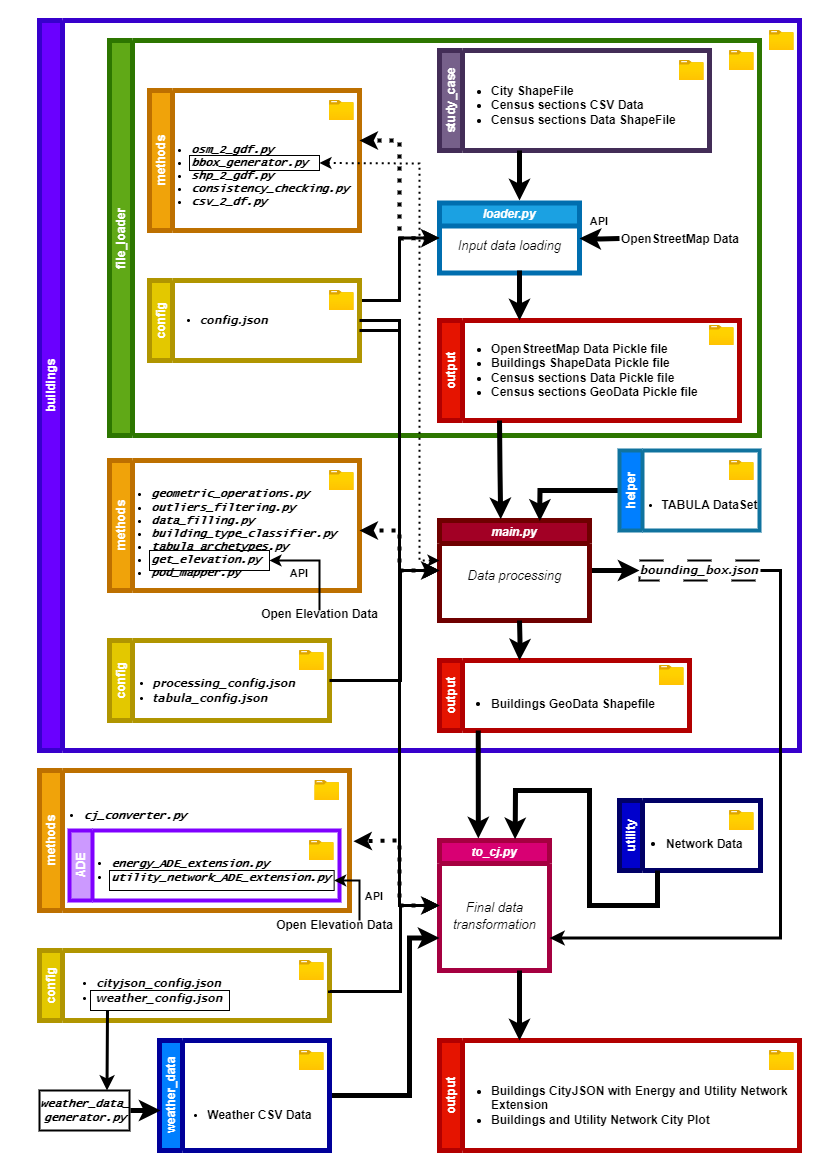
Above: pipeline_diagram.png in ElTure97/A-standardised-GIS-based-tool-to-automate-urban-scenario-making (draw.io), before the change. Source tidied: cells renumbered, new cells last; positions are measured from the earlier drawing's top-left corner, leaving out a move shared by most shapes.
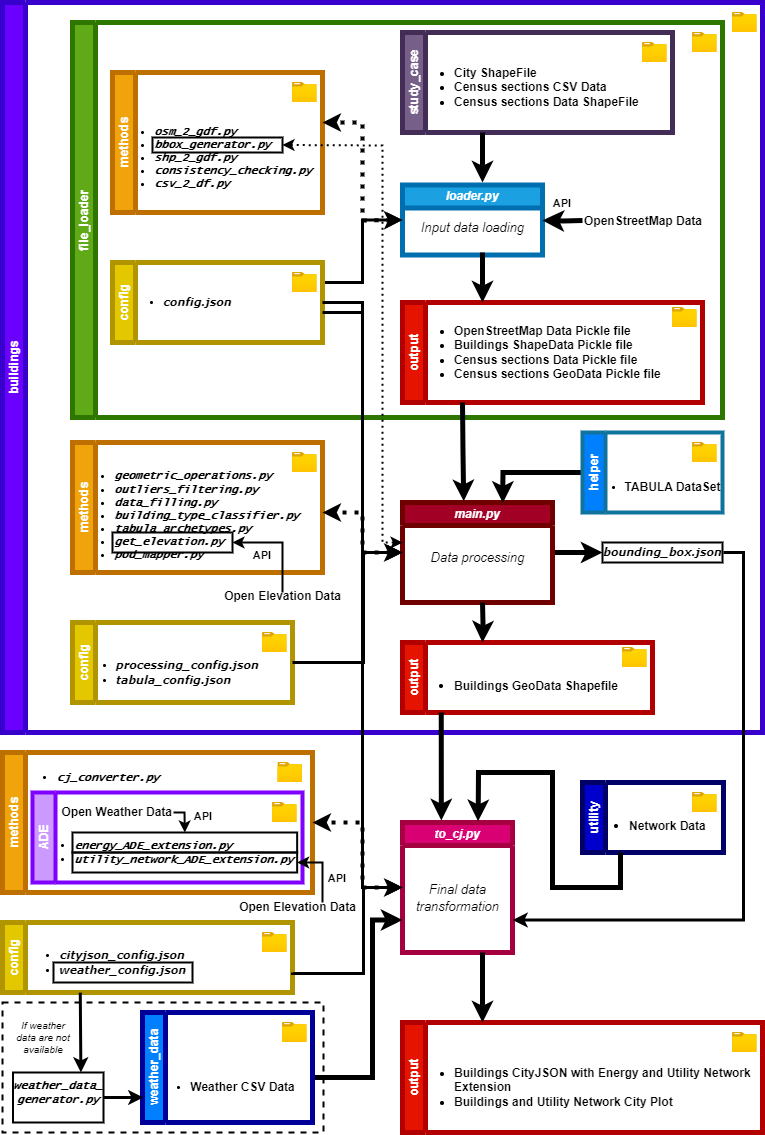
Above is the later version.

What changed in the source:
```diff
@@ -90,7 +90,7 @@
     <mxCell id="27" value="&lt;ul style=&quot;font-size: 11px;&quot;&gt;&lt;li style=&quot;&quot;&gt;&lt;span style=&quot;&quot;&gt;&lt;font style=&quot;font-size: 11px;&quot; face=&quot;Lucida Console&quot;&gt;osm_2_gdf.py&lt;/font&gt;&lt;/span&gt;&lt;/li&gt;&lt;li style=&quot;border-color: var(--border-color);&quot;&gt;&lt;font style=&quot;border-color: var(--border-color); font-size: 11px;&quot; face=&quot;Lucida Console&quot;&gt;bbox_generator.py&lt;/font&gt;&lt;/li&gt;&lt;li style=&quot;&quot;&gt;&lt;span style=&quot;&quot;&gt;&lt;font style=&quot;font-size: 11px;&quot; face=&quot;Lucida Console&quot;&gt;shp_2_gdf.py&lt;/font&gt;&lt;/span&gt;&lt;/li&gt;&lt;li style=&quot;&quot;&gt;&lt;span style=&quot;&quot;&gt;&lt;font style=&quot;font-size: 11px;&quot; face=&quot;Lucida Console&quot;&gt;consistency_checking.py&lt;/font&gt;&lt;/span&gt;&lt;/li&gt;&lt;li style=&quot;&quot;&gt;&lt;span style=&quot;&quot;&gt;&lt;font style=&quot;font-size: 11px;&quot; face=&quot;Lucida Console&quot;&gt;csv_2_df.py&lt;/font&gt;&lt;/span&gt;&lt;/li&gt;&lt;/ul&gt;" style="text;html=1;align=left;verticalAlign=middle;whiteSpace=wrap;rounded=0;fontStyle=3;fontSize=14;fontColor=#000000;" parent="25" vertex="1">
       <mxGeometry y="40" width="150" height="90" as="geometry" />
     </mxCell>
-    <mxCell id="28" style="rounded=0;whiteSpace=wrap;html=1;fillColor=none;" parent="25" vertex="1">
+    <mxCell id="28" style="rounded=0;whiteSpace=wrap;html=1;fillColor=none;strokeWidth=2;" parent="25" vertex="1">
       <mxGeometry x="40" y="65" width="130" height="15" as="geometry" />
     </mxCell>
     <mxCell id="29" value="methods" style="swimlane;horizontal=0;whiteSpace=wrap;html=1;fillColor=#f0a30a;fontColor=#FFFFFF;strokeColor=#BD7000;strokeWidth=5;" parent="4" vertex="1">
@@ -102,7 +102,7 @@
     <mxCell id="31" value="&lt;ul style=&quot;font-size: 11px;&quot;&gt;&lt;li style=&quot;&quot;&gt;&lt;font face=&quot;Lucida Console&quot;&gt;geometric_operations.py&lt;/font&gt;&lt;/li&gt;&lt;li style=&quot;&quot;&gt;&lt;font face=&quot;Lucida Console&quot;&gt;outliers_filtering.py&lt;/font&gt;&lt;/li&gt;&lt;li style=&quot;&quot;&gt;&lt;font face=&quot;Lucida Console&quot;&gt;data_filling.py&lt;/font&gt;&lt;/li&gt;&lt;li style=&quot;&quot;&gt;&lt;font face=&quot;Lucida Console&quot;&gt;building_type_classifier.py&lt;/font&gt;&lt;/li&gt;&lt;li style=&quot;&quot;&gt;&lt;font face=&quot;Lucida Console&quot;&gt;tabula_archetypes.py&lt;/font&gt;&lt;/li&gt;&lt;li style=&quot;&quot;&gt;&lt;font face=&quot;Lucida Console&quot;&gt;get_elevation.py&lt;/font&gt;&lt;/li&gt;&lt;li style=&quot;&quot;&gt;&lt;font face=&quot;Lucida Console&quot;&gt;pod_mapper.py&lt;/font&gt;&lt;/li&gt;&lt;/ul&gt;" style="text;html=1;align=left;verticalAlign=middle;whiteSpace=wrap;rounded=0;fontStyle=3;fontSize=14;fontColor=#000000;" parent="29" vertex="1">
       <mxGeometry y="30" width="150" height="85" as="geometry" />
     </mxCell>
-    <mxCell id="32" style="rounded=0;whiteSpace=wrap;html=1;fillColor=none;" parent="29" vertex="1">
+    <mxCell id="32" style="rounded=0;whiteSpace=wrap;html=1;fillColor=none;strokeWidth=2;" parent="29" vertex="1">
       <mxGeometry x="40" y="90" width="120" height="20" as="geometry" />
     </mxCell>
     <mxCell id="33" value="&lt;b&gt;&lt;font style=&quot;font-size: 11px;&quot;&gt;API&lt;/font&gt;&lt;/b&gt;" style="text;html=1;strokeColor=none;fillColor=none;align=center;verticalAlign=middle;whiteSpace=wrap;rounded=0;" parent="29" vertex="1">
@@ -186,7 +186,7 @@
     <mxCell id="50" value="&lt;ul&gt;&lt;li&gt;&lt;span style=&quot;font-style: normal;&quot;&gt;&lt;font face=&quot;Helvetica&quot; style=&quot;font-size: 12px;&quot;&gt;TABULA DataSet&lt;/font&gt;&lt;/span&gt;&lt;/li&gt;&lt;/ul&gt;" style="text;html=1;align=center;verticalAlign=middle;strokeColor=none;fillColor=none;fontStyle=3;fontFamily=Lucida Console;fontSize=11;" parent="48" vertex="1">
       <mxGeometry x="-10" y="30" width="160" height="50" as="geometry" />
     </mxCell>
-    <mxCell id="51" style="rounded=0;whiteSpace=wrap;html=1;fillColor=none;dashed=1;dashPattern=12 12;fontFamily=Verdana;strokeWidth=2;" parent="4" vertex="1">
+    <mxCell id="51" style="rounded=0;whiteSpace=wrap;html=1;fillColor=none;fontFamily=Verdana;strokeWidth=2;" parent="4" vertex="1">
       <mxGeometry x="600" y="540" width="120" height="20" as="geometry" />
     </mxCell>
     <mxCell id="52" value="methods" style="swimlane;horizontal=0;whiteSpace=wrap;html=1;fillColor=#f0a30a;fontColor=#FFFFFF;strokeColor=#BD7000;strokeWidth=5;" parent="1" vertex="1">
@@ -196,22 +196,38 @@
       <mxGeometry x="275.4" y="10" width="24.6" height="20" as="geometry" />
     </mxCell>
     <mxCell id="54" value="ADE" style="swimlane;horizontal=0;whiteSpace=wrap;html=1;fillColor=#CC99FF;fontColor=#ffffff;strokeColor=#7F00FF;strokeWidth=4;" parent="52" vertex="1">
-      <mxGeometry x="30" y="60" width="270" height="70" as="geometry" />
+      <mxGeometry x="30" y="40" width="270" height="90" as="geometry" />
     </mxCell>
     <mxCell id="55" style="image;html=1;align=center;fontSize=12;image=img/lib/azure2/general/Folder_Blank.svg;" parent="54" vertex="1">
       <mxGeometry x="240" y="10" width="24.6" height="20" as="geometry" />
     </mxCell>
     <mxCell id="56" value="&lt;ul&gt;&lt;li&gt;energy_ADE_extension.py&lt;/li&gt;&lt;li style=&quot;&quot;&gt;utility_network_ADE_extension.py&lt;/li&gt;&lt;/ul&gt;" style="text;html=1;align=left;verticalAlign=middle;points=[];strokeColor=none;fillColor=none;fontStyle=3;fontFamily=Lucida Console;fontSize=11;" parent="54" vertex="1">
-      <mxGeometry y="10" width="280" height="60" as="geometry" />
+      <mxGeometry y="30" width="280" height="60" as="geometry" />
     </mxCell>
+    <mxCell id="58" style="rounded=0;whiteSpace=wrap;html=1;fillColor=none;strokeWidth=2;" parent="54" vertex="1">
+      <mxGeometry x="40" y="60" width="224.7" height="20" as="geometry" />
+    </mxCell>
+    <mxCell id="93" style="rounded=0;whiteSpace=wrap;html=1;fillColor=none;strokeWidth=2;" parent="54" vertex="1">
+      <mxGeometry x="40" y="40" width="224.7" height="20" as="geometry" />
+    </mxCell>
+    <mxCell id="94" value="&lt;font size=&quot;1&quot;&gt;&lt;b style=&quot;font-size: 12px;&quot;&gt;Open Weather Data&lt;/b&gt;&lt;/font&gt;" style="text;html=1;align=right;verticalAlign=middle;points=[];strokeColor=none;fillColor=none;" parent="54" vertex="1">
+      <mxGeometry x="11" y="5" width="130" height="30" as="geometry" />
+    </mxCell>
+    <mxCell id="95" value="&lt;b&gt;&lt;font style=&quot;font-size: 11px;&quot;&gt;API&lt;/font&gt;&lt;/b&gt;" style="text;html=1;strokeColor=none;fillColor=none;align=center;verticalAlign=middle;whiteSpace=wrap;rounded=0;" parent="54" vertex="1">
+      <mxGeometry x="141" y="17.5" width="60" height="12.5" as="geometry" />
+    </mxCell>
+    <mxCell id="96" style="endArrow=classic;html=1;rounded=0;entryX=0.5;entryY=0;entryDx=0;entryDy=0;strokeWidth=2;" parent="54" edge="1" source="94" target="93">
+      <mxGeometry relative="1" as="geometry">
+        <Array as="points">
+          <mxPoint x="152" y="20" />
+        </Array>
+      </mxGeometry>
+    </mxCell>
-    <mxCell id="57" value="&lt;ul&gt;&lt;li&gt;cj_converter.py&lt;/li&gt;&lt;/ul&gt;" style="text;html=1;align=center;verticalAlign=middle;strokeColor=none;fillColor=none;fontStyle=3;fontFamily=Lucida Console;fontSize=11;" parent="54" vertex="1">
-      <mxGeometry x="-40" y="-40" width="170" height="50" as="geometry" />
+    <mxCell id="57" value="&lt;ul&gt;&lt;li&gt;cj_converter.py&lt;/li&gt;&lt;/ul&gt;" style="text;html=1;align=center;verticalAlign=middle;strokeColor=none;fillColor=none;fontStyle=3;fontFamily=Lucida Console;fontSize=11;" parent="52" vertex="1">
+      <mxGeometry width="170" height="50" as="geometry" />
     </mxCell>
-    <mxCell id="58" style="rounded=0;whiteSpace=wrap;html=1;fillColor=none;" parent="54" vertex="1">
-      <mxGeometry x="40" y="40" width="224.7" height="20" as="geometry" />
-    </mxCell>
     <mxCell id="59" value="&lt;font color=&quot;#ffffff&quot;&gt;config&lt;/font&gt;" style="swimlane;horizontal=0;whiteSpace=wrap;html=1;fillColor=#e3c800;strokeColor=#B09500;fontColor=#000000;strokeWidth=5;" parent="1" vertex="1">
-      <mxGeometry x="10" y="930" width="290" height="70" as="geometry" />
+      <mxGeometry x="10" y="920" width="290" height="70" as="geometry" />
     </mxCell>
     <mxCell id="60" style="image;html=1;align=center;fontSize=12;image=img/lib/azure2/general/Folder_Blank.svg;" parent="59" vertex="1">
       <mxGeometry x="260" y="10" width="24.6" height="20" as="geometry" />
@@ -219,7 +235,7 @@
     <mxCell id="61" value="&lt;ul&gt;&lt;li&gt;&lt;font face=&quot;Verdana&quot; style=&quot;font-size: 11px;&quot;&gt;cityjson_config.json&lt;/font&gt;&lt;/li&gt;&lt;li style=&quot;text-align: left;&quot;&gt;&lt;font face=&quot;Verdana&quot; style=&quot;font-size: 11px;&quot;&gt;weather_config.json&lt;/font&gt;&lt;/li&gt;&lt;/ul&gt;" style="text;html=1;align=center;verticalAlign=middle;points=[];strokeColor=none;fillColor=none;fontStyle=3;fontFamily=Lucida Console;fontSize=11;" parent="59" vertex="1">
       <mxGeometry x="5" y="10" width="190" height="60" as="geometry" />
     </mxCell>
-    <mxCell id="62" style="rounded=0;whiteSpace=wrap;html=1;fillColor=none;" parent="59" vertex="1">
+    <mxCell id="62" style="rounded=0;whiteSpace=wrap;html=1;fillColor=none;strokeWidth=2;" parent="59" vertex="1">
       <mxGeometry x="51" y="40" width="139" height="20" as="geometry" />
     </mxCell>
     <mxCell id="63" style="edgeStyle=orthogonalEdgeStyle;rounded=0;orthogonalLoop=1;jettySize=auto;html=1;strokeWidth=5;" parent="1" edge="1">
@@ -277,7 +293,7 @@
         </Array>
       </mxGeometry>
     </mxCell>
-    <mxCell id="73" style="endArrow=classic;startArrow=classic;html=1;rounded=0;strokeWidth=4;dashed=1;dashPattern=1 2;exitX=0;exitY=0.5;exitDx=0;exitDy=0;entryX=1.014;entryY=0.013;entryDx=0;entryDy=0;entryPerimeter=0;" parent="1" edge="1" source="2" target="56">
+    <mxCell id="73" style="endArrow=classic;startArrow=classic;html=1;rounded=0;strokeWidth=4;dashed=1;dashPattern=1 2;exitX=0;exitY=0.5;exitDx=0;exitDy=0;entryX=1;entryY=0.5;entryDx=0;entryDy=0;" parent="1" edge="1" source="2" target="52">
       <mxGeometry relative="1" as="geometry">
         <Array as="points">
           <mxPoint x="370" y="885" />
@@ -330,7 +346,7 @@
       </mxGeometry>
     </mxCell>
     <mxCell id="81" value="weather_data" style="swimlane;horizontal=0;whiteSpace=wrap;html=1;align=center;fillColor=#007FFF;fontColor=#FFFFFF;strokeWidth=5;strokeColor=#000099;" parent="1" vertex="1">
-      <mxGeometry x="130" y="1020" width="170" height="110" as="geometry" />
+      <mxGeometry x="150" y="1010" width="170" height="110" as="geometry" />
     </mxCell>
     <mxCell id="82" value="&lt;ul&gt;&lt;li&gt;&lt;span style=&quot;font-style: normal;&quot;&gt;&lt;font style=&quot;font-size: 12px;&quot; face=&quot;Helvetica&quot;&gt;Weather CSV Data&lt;/font&gt;&lt;/span&gt;&lt;/li&gt;&lt;/ul&gt;" style="text;html=1;align=center;verticalAlign=middle;points=[];strokeColor=none;fillColor=none;fontStyle=3;fontFamily=Lucida Console;fontSize=11;" parent="81" vertex="1">
       <mxGeometry x="-5.3" y="50" width="170" height="50" as="geometry" />
@@ -338,22 +354,17 @@
     <mxCell id="83" style="image;html=1;align=center;fontSize=12;image=img/lib/azure2/general/Folder_Blank.svg;" parent="81" vertex="1">
       <mxGeometry x="140" y="10" width="24.6" height="20" as="geometry" />
     </mxCell>
-    <mxCell id="84" style="edgeStyle=orthogonalEdgeStyle;rounded=0;orthogonalLoop=1;jettySize=auto;html=1;strokeWidth=5;" parent="1" edge="1">
-      <mxGeometry relative="1" as="geometry">
-        <mxPoint x="101" y="1090" as="sourcePoint" />
-        <mxPoint x="131" y="1090" as="targetPoint" />
-      </mxGeometry>
-    </mxCell>
     <mxCell id="85" value="weather_data_&lt;br&gt;generator.py" style="text;html=1;align=center;verticalAlign=middle;strokeColor=none;fillColor=none;fontStyle=3;fontFamily=Lucida Console;fontSize=11;" parent="1" vertex="1">
-      <mxGeometry y="1070" width="110" height="40" as="geometry" />
+      <mxGeometry x="10" y="1070" width="110" height="40" as="geometry" />
     </mxCell>
-    <mxCell id="86" style="endArrow=classic;html=1;rounded=0;strokeWidth=3;entryX=0.75;entryY=0;entryDx=0;entryDy=0;" parent="1" edge="1" target="87">
-      <mxGeometry relative="1" as="geometry">
-        <mxPoint x="78" y="990" as="sourcePoint" />
-      </mxGeometry>
+    <mxCell id="86" style="endArrow=classic;html=1;rounded=0;strokeWidth=3;entryX=0.75;entryY=0;entryDx=0;entryDy=0;exitX=0.383;exitY=1.003;exitDx=0;exitDy=0;exitPerimeter=0;" parent="1" edge="1" source="61" target="87">
+      <mxGeometry relative="1" as="geometry" />
     </mxCell>
+    <mxCell id="97" style="edgeStyle=orthogonalEdgeStyle;rounded=0;jettySize=auto;html=1;entryX=0.037;entryY=0.7;entryDx=0;entryDy=0;entryPerimeter=0;strokeWidth=3;" parent="1" edge="1" source="87" target="82">
+      <mxGeometry relative="1" as="geometry" />
+    </mxCell>
     <mxCell id="87" style="rounded=0;whiteSpace=wrap;html=1;fillColor=none;strokeWidth=2;" parent="1" vertex="1">
-      <mxGeometry x="10" y="1070" width="90" height="40" as="geometry" />
+      <mxGeometry x="20.5" y="1070" width="90.5" height="50" as="geometry" />
     </mxCell>
     <mxCell id="88" style="edgeStyle=orthogonalEdgeStyle;rounded=0;jettySize=auto;html=1;strokeWidth=3;entryX=1;entryY=0.75;entryDx=0;entryDy=0;" parent="1" edge="1" target="2">
       <mxGeometry relative="1" as="geometry">
@@ -384,5 +395,11 @@
         </Array>
       </mxGeometry>
     </mxCell>
+    <mxCell id="98" style="rounded=0;whiteSpace=wrap;html=1;fillColor=none;strokeWidth=2;dashed=1;" parent="1" vertex="1">
+      <mxGeometry x="10" y="1000" width="321" height="130" as="geometry" />
+    </mxCell>
+    <mxCell id="99" value="If weather data are not available" style="text;html=1;strokeColor=none;fillColor=none;align=center;verticalAlign=middle;whiteSpace=wrap;rounded=0;fontStyle=2;fontSize=10;" parent="1" vertex="1">
+      <mxGeometry x="20.5" y="1020" width="60" height="30" as="geometry" />
+    </mxCell>
   </root>
 </mxGraphModel>
```
